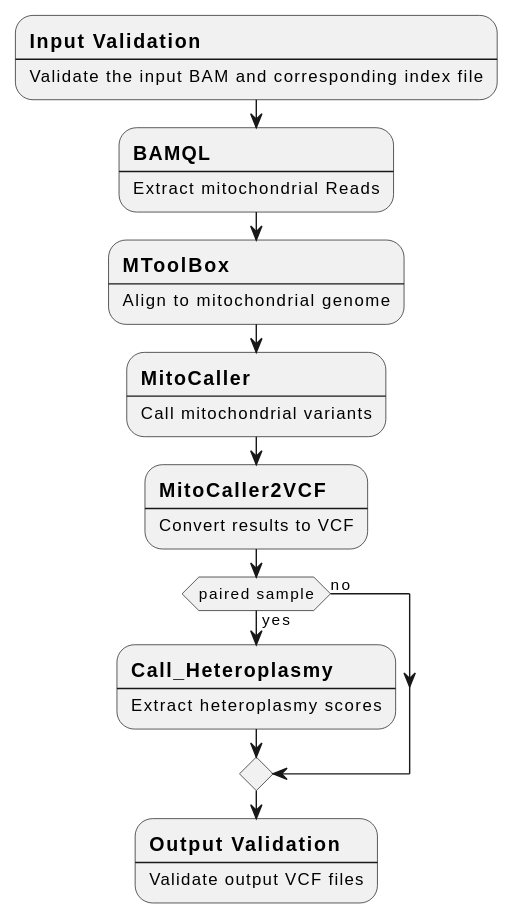
The PlantUML diagram docs/call-mtsnv-flow.svg in uclahs-cds/pipeline-call-mtSNV, before a commit. The source it was exported from:
```plantuml
@startuml
skinparam SwimlaneTitleFontStyle bold


:==Input Validation
----
Validate the input BAM and corresponding index file;
:==BAMQL
----
Extract mitochondrial Reads;
:==MToolBox
----
Align to mitochondrial genome;
:==MitoCaller
----
Call mitochondrial variants;
:==MitoCaller2VCF
----
Convert results to VCF;
if (paired sample) then (yes)
  :==Call_Heteroplasmy
  ----
  Extract heteroplasmy scores;
else (no)
endif
:==Output Validation
----
Validate output VCF files;

@enduml
```
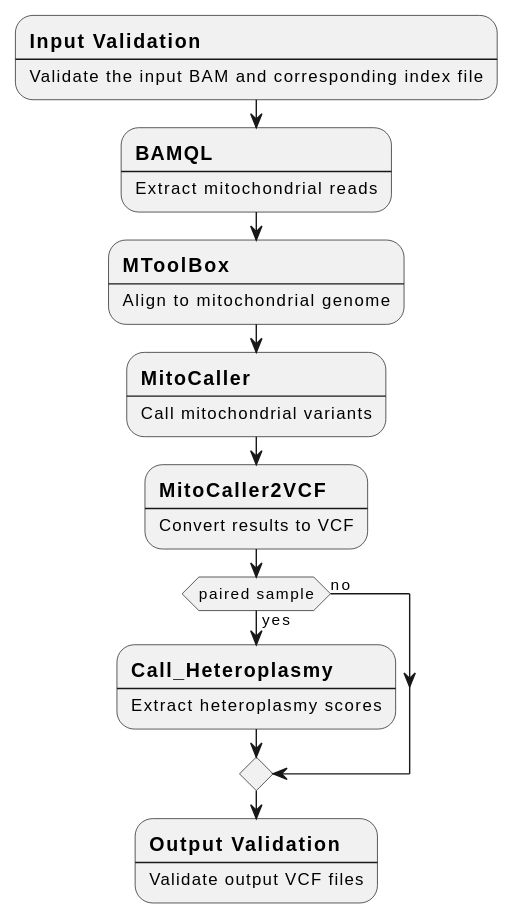
Above is the later version.

Change to the diagram source:
```diff
@@ -7,7 +7,7 @@
 Validate the input BAM and corresponding index file;
 :==BAMQL
 ----
-Extract mitochondrial Reads;
+Extract mitochondrial reads;
 :==MToolBox
 ----
 Align to mitochondrial genome;
```
